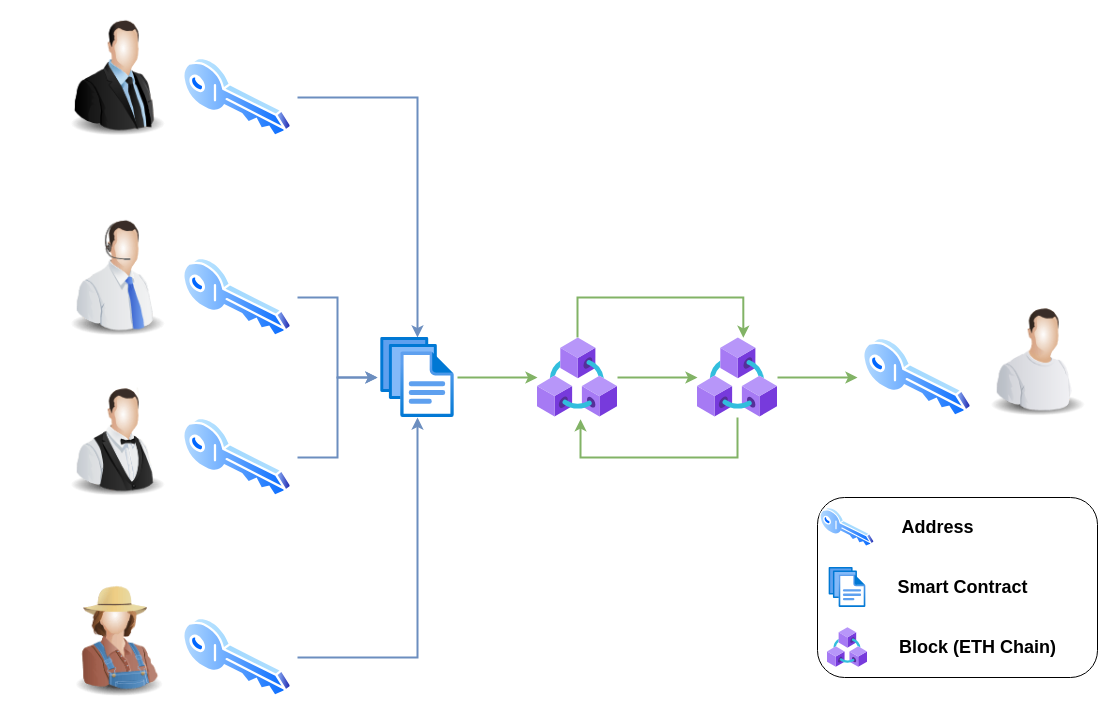
Before: Unique/Paper Safe Wallet.drawio in hanggaa/Diagram, a draw.io diagram. Source tidied: cells renumbered, new cells numbered last; positions are measured from the earlier drawing's top-left corner, leaving out a move shared by most shapes. Both pictures are drawn from the tidied source at 100%, with x=0, y=0 at pixel (57, 17).
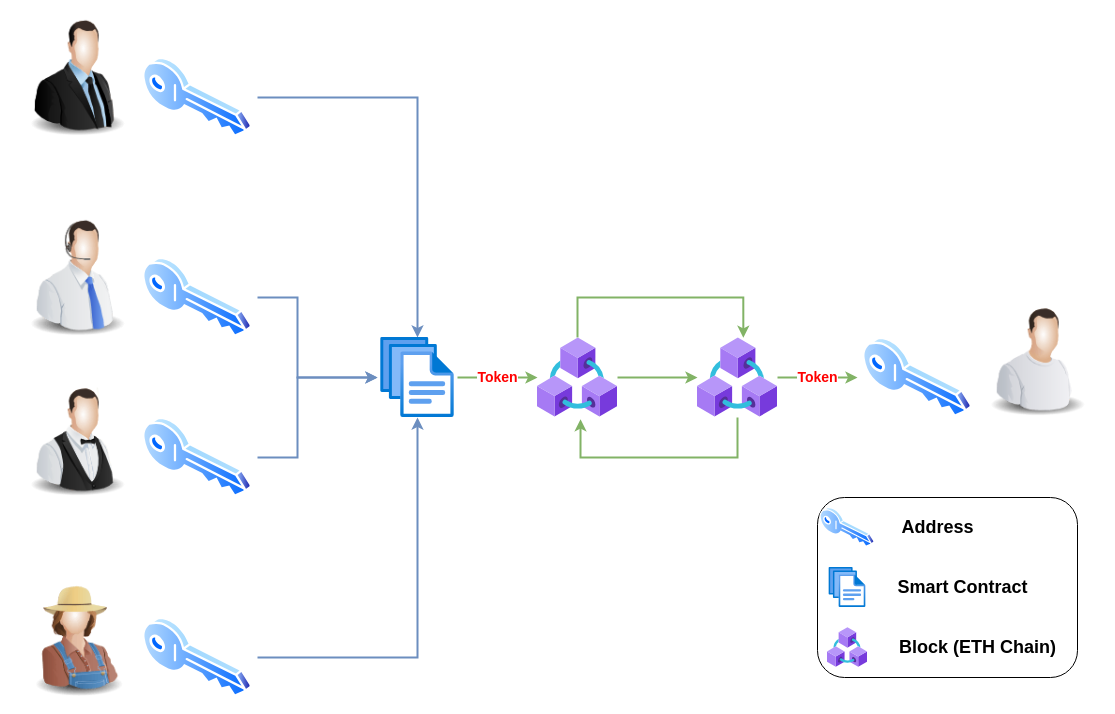
Above is the later version.

The change refers to these unchanged cells:
```xml
<mxCell id="14" style="image;html=1;points=[];align=center;fontSize=12;image=img/lib/azure2/general/Files.svg;" parent="1" vertex="1">
  <mxGeometry x="320" y="320" width="80" height="80" as="geometry" />
</mxCell>
<mxCell id="17" style="image;html=1;points=[];align=center;fontSize=12;image=img/lib/azure2/blockchain/Azure_Blockchain_Service.svg;" parent="1" vertex="1">
  <mxGeometry x="480" y="320" width="80" height="80" as="geometry" />
</mxCell>
<mxCell id="20" style="image;html=1;points=[];align=center;fontSize=12;image=img/lib/azure2/blockchain/Azure_Blockchain_Service.svg;" parent="1" vertex="1">
  <mxGeometry x="640" y="320" width="80" height="80" as="geometry" />
</mxCell>
<mxCell id="22" style="image;perimeter=ellipsePerimeter;html=1;align=center;shadow=0;dashed=0;spacingTop=3;image=img/lib/active_directory/key.svg;" parent="1" vertex="1">
  <mxGeometry x="800" y="320" width="120" height="80" as="geometry" />
</mxCell>
```

The edit, as a diff of the source:
```diff
@@
     <mxCell id="2" style="image;html=1;image=img/lib/clip_art/people/Suit_Man_128x128.png;" parent="1" vertex="1">
-      <mxGeometry width="120" height="120" as="geometry" />
+      <mxGeometry x="-40" width="120" height="120" as="geometry" />
     </mxCell>
@@
     <mxCell id="4" style="image;perimeter=ellipsePerimeter;html=1;align=center;shadow=0;dashed=0;spacingTop=3;image=img/lib/active_directory/key.svg;" parent="1" vertex="1">
-      <mxGeometry x="120" y="40" width="120" height="80" as="geometry" />
+      <mxGeometry x="80" y="40" width="120" height="80" as="geometry" />
     </mxCell>
     <mxCell id="5" style="image;html=1;image=img/lib/clip_art/people/Telesales_Man_128x128.png;" parent="1" vertex="1">
-      <mxGeometry y="200" width="120" height="120" as="geometry" />
+      <mxGeometry x="-40" y="200" width="120" height="120" as="geometry" />
     </mxCell>
     <mxCell id="6" style="edgeStyle=orthogonalEdgeStyle;rounded=0;jettySize=auto;html=1;strokeWidth=2;fillColor=#dae8fc;strokeColor=#6c8ebf;" parent="1" edge="1" source="7" target="14">
-      <mxGeometry relative="1" as="geometry" />
+      <mxGeometry relative="1" as="geometry">
+        <Array as="points">
+          <mxPoint x="240" y="280" />
+          <mxPoint x="240" y="360" />
+        </Array>
+      </mxGeometry>
     </mxCell>
     <mxCell id="7" style="image;perimeter=ellipsePerimeter;html=1;align=center;shadow=0;dashed=0;spacingTop=3;image=img/lib/active_directory/key.svg;" parent="1" vertex="1">
-      <mxGeometry x="120" y="240" width="120" height="80" as="geometry" />
+      <mxGeometry x="80" y="240" width="120" height="80" as="geometry" />
     </mxCell>
     <mxCell id="8" style="image;html=1;image=img/lib/clip_art/people/Waiter_128x128.png;" parent="1" vertex="1">
-      <mxGeometry y="360" width="120" height="120" as="geometry" />
+      <mxGeometry x="-40" y="360" width="120" height="120" as="geometry" />
     </mxCell>
     <mxCell id="9" style="edgeStyle=orthogonalEdgeStyle;rounded=0;jettySize=auto;html=1;strokeWidth=2;fillColor=#dae8fc;strokeColor=#6c8ebf;" parent="1" edge="1" source="10" target="14">
-      <mxGeometry relative="1" as="geometry" />
+      <mxGeometry relative="1" as="geometry">
+        <Array as="points">
+          <mxPoint x="240" y="440" />
+          <mxPoint x="240" y="360" />
+        </Array>
+      </mxGeometry>
     </mxCell>
     <mxCell id="10" style="image;perimeter=ellipsePerimeter;html=1;align=center;shadow=0;dashed=0;spacingTop=3;image=img/lib/active_directory/key.svg;imageBackground=none;imageBorder=none;" parent="1" vertex="1">
-      <mxGeometry x="120" y="400" width="120" height="80" as="geometry" />
+      <mxGeometry x="80" y="400" width="120" height="80" as="geometry" />
     </mxCell>
@@
     <mxCell id="12" style="image;perimeter=ellipsePerimeter;html=1;align=center;shadow=0;dashed=0;spacingTop=3;image=img/lib/active_directory/key.svg;" parent="1" vertex="1">
-      <mxGeometry x="120" y="600" width="120" height="80" as="geometry" />
+      <mxGeometry x="80" y="600" width="120" height="80" as="geometry" />
     </mxCell>
-    <mxCell id="13" style="edgeStyle=orthogonalEdgeStyle;rounded=0;jettySize=auto;html=1;fillColor=#d5e8d4;strokeColor=#82b366;strokeWidth=2;" parent="1" edge="1" source="14" target="17">
+    <mxCell id="13" value="&lt;font style=&quot;font-size: 14px;&quot;&gt;&lt;b&gt;Token&lt;/b&gt;&lt;/font&gt;" style="edgeStyle=orthogonalEdgeStyle;rounded=0;jettySize=auto;html=1;fillColor=#d5e8d4;strokeColor=#82b366;strokeWidth=2;fontColor=#FF0000;" parent="1" edge="1" source="14" target="17">
       <mxGeometry relative="1" as="geometry" />
     </mxCell>
@@
-    <mxCell id="19" style="edgeStyle=orthogonalEdgeStyle;rounded=0;jettySize=auto;html=1;entryX=0;entryY=0.5;entryDx=0;entryDy=0;strokeWidth=2;fillColor=#d5e8d4;strokeColor=#82b366;" parent="1" edge="1" source="20" target="22">
+    <mxCell id="19" value="Token" style="edgeStyle=orthogonalEdgeStyle;rounded=0;jettySize=auto;html=1;entryX=0;entryY=0.5;entryDx=0;entryDy=0;strokeWidth=2;fillColor=#d5e8d4;strokeColor=#82b366;fontSize=14;fontStyle=1;fontColor=#FF0000;" parent="1" edge="1" source="20" target="22">
       <mxGeometry relative="1" as="geometry" />
     </mxCell>
@@
     <mxCell id="21" style="image;html=1;image=img/lib/clip_art/people/Farmer_Woman_128x128.png;" parent="1" vertex="1">
-      <mxGeometry y="560" width="120" height="120" as="geometry" />
+      <mxGeometry x="-40" y="560" width="120" height="120" as="geometry" />
     </mxCell>
@@
     <mxCell id="23" style="rounded=1;whiteSpace=wrap;html=1;" parent="1" vertex="1">
-      <mxGeometry x="760" y="480" width="280" height="180" as="geometry" />
+      <mxGeometry x="760" y="480" width="260" height="180" as="geometry" />
     </mxCell>
```
